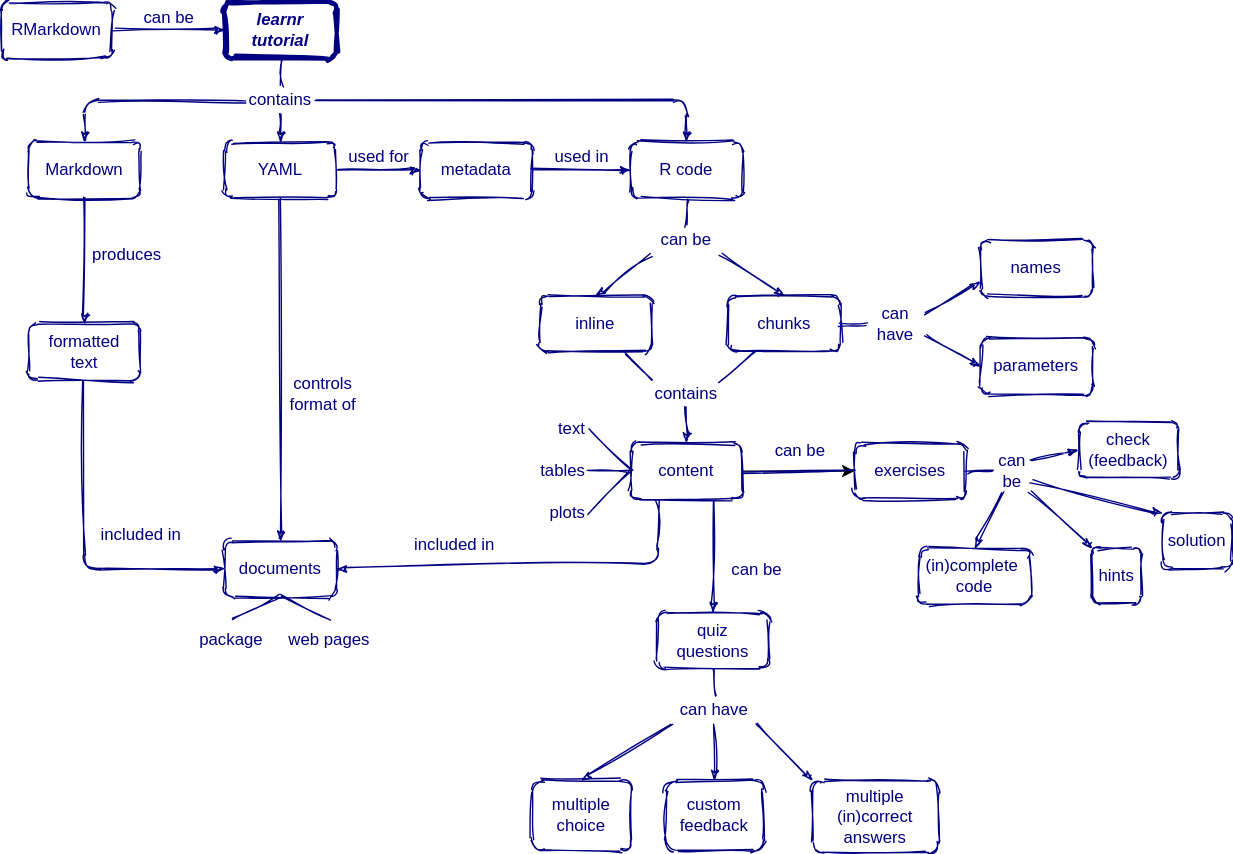
This is en/learnr-tutorial.svg from rstudio/concept-maps, a draw.io export, as it was before one commit. Source tidied: cells renumbered, new cells last; positions are measured from the earlier drawing's top-left corner, leaving out a move shared by most shapes.
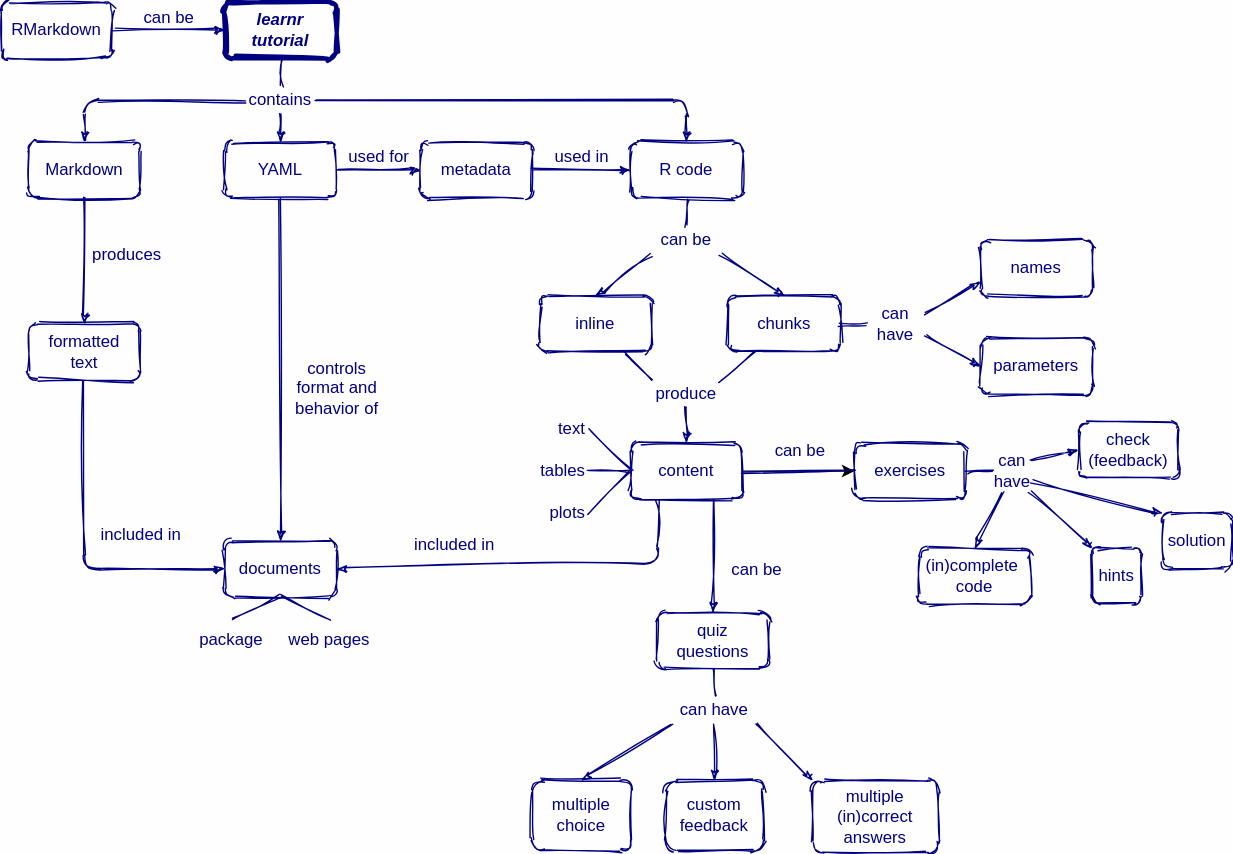
After the commit.

Commit message:
Learnr in Spanish

Diff of the diagram source:
```diff
@@ -65,8 +65,8 @@
     <mxCell id="16" value="plots" style="text;html=1;strokeColor=none;fillColor=none;align=right;verticalAlign=middle;whiteSpace=wrap;rounded=0;labelBackgroundColor=none;fontColor=#000080;" parent="1" vertex="1">
       <mxGeometry x="380" y="350" width="40" height="30" as="geometry" />
     </mxCell>
-    <mxCell id="17" value="controls&lt;br&gt;format of" style="edgeStyle=none;rounded=1;html=1;labelBackgroundColor=none;startArrow=none;startFill=0;startSize=5;endArrow=classicThin;endFill=1;endSize=5;jettySize=auto;strokeWidth=1;fontFamily=Helvetica;fontSize=12;verticalAlign=bottom;sketch=1;exitX=0.5;exitY=1;exitDx=0;exitDy=0;fontColor=#000080;strokeColor=#000080;entryX=0.5;entryY=0;entryDx=0;entryDy=0;" parent="1" edge="1" source="24" target="29">
-      <mxGeometry x="0.28" y="30" relative="1" as="geometry" />
+    <mxCell id="17" value="controls&lt;br&gt;format and&lt;br&gt;behavior of" style="edgeStyle=none;rounded=1;html=1;labelBackgroundColor=none;startArrow=none;startFill=0;startSize=5;endArrow=classicThin;endFill=1;endSize=5;jettySize=auto;strokeWidth=1;fontFamily=Helvetica;fontSize=12;verticalAlign=bottom;sketch=1;exitX=0.5;exitY=1;exitDx=0;exitDy=0;fontColor=#000080;strokeColor=#000080;entryX=0.5;entryY=0;entryDx=0;entryDy=0;" parent="1" edge="1" source="24" target="29">
+      <mxGeometry x="0.31" y="40" relative="1" as="geometry" />
     </mxCell>
     <mxCell id="18" style="edgeStyle=none;rounded=1;html=1;labelBackgroundColor=none;startArrow=none;startFill=0;startSize=5;endArrow=none;endFill=0;endSize=5;jettySize=auto;strokeWidth=1;fontFamily=Helvetica;fontSize=12;entryX=1;entryY=0.5;entryDx=0;entryDy=0;verticalAlign=bottom;sketch=1;exitX=0;exitY=0.5;exitDx=0;exitDy=0;fontColor=#000080;strokeColor=#000080;" parent="1" edge="1" source="33" target="14">
       <mxGeometry relative="1" as="geometry" />
@@ -221,13 +221,13 @@
     <mxCell id="66" style="edgeStyle=none;rounded=1;html=1;labelBackgroundColor=none;startArrow=none;startFill=0;startSize=5;endArrow=none;endFill=0;endSize=5;jettySize=auto;strokeWidth=1;fontFamily=Helvetica;fontSize=12;entryX=0.5;entryY=0;entryDx=0;entryDy=0;verticalAlign=bottom;sketch=1;exitX=0.5;exitY=1;exitDx=0;exitDy=0;fontColor=#000080;strokeColor=#000080;" parent="1" edge="1" source="49" target="65">
       <mxGeometry relative="1" as="geometry" />
     </mxCell>
-    <mxCell id="67" value="&lt;font color=&quot;#000080&quot; style=&quot;background-color: rgb(254 , 254 , 255)&quot;&gt;can&lt;br&gt;be&lt;br&gt;&lt;/font&gt;" style="text;html=1;strokeColor=none;fillColor=none;align=center;verticalAlign=middle;whiteSpace=wrap;rounded=0;" parent="1" vertex="1">
+    <mxCell id="67" value="&lt;font color=&quot;#000080&quot; style=&quot;background-color: rgb(254 , 254 , 255)&quot;&gt;can&lt;br&gt;have&lt;br&gt;&lt;/font&gt;" style="text;html=1;strokeColor=none;fillColor=none;align=center;verticalAlign=middle;whiteSpace=wrap;rounded=0;" parent="1" vertex="1">
       <mxGeometry x="710" y="320" width="26" height="30" as="geometry" />
     </mxCell>
     <mxCell id="68" style="edgeStyle=none;rounded=1;html=1;labelBackgroundColor=none;startArrow=none;startFill=0;startSize=5;endArrow=none;endFill=0;endSize=5;jettySize=auto;strokeWidth=1;fontFamily=Helvetica;fontSize=12;entryX=0;entryY=0.5;entryDx=0;entryDy=0;verticalAlign=bottom;sketch=1;exitX=1;exitY=0.5;exitDx=0;exitDy=0;fontColor=#000080;strokeColor=#000080;" parent="1" edge="1" source="34" target="67">
       <mxGeometry relative="1" as="geometry" />
     </mxCell>
-    <mxCell id="69" value="&lt;font color=&quot;#000080&quot; style=&quot;background-color: rgb(254 , 254 , 255)&quot;&gt;contains&lt;/font&gt;" style="text;html=1;strokeColor=none;fillColor=none;align=center;verticalAlign=middle;whiteSpace=wrap;rounded=0;" parent="1" vertex="1">
+    <mxCell id="69" value="&lt;font color=&quot;#000080&quot; style=&quot;background-color: rgb(254 , 254 , 255)&quot;&gt;produce&lt;/font&gt;" style="text;html=1;strokeColor=none;fillColor=none;align=center;verticalAlign=middle;whiteSpace=wrap;rounded=0;" parent="1" vertex="1">
       <mxGeometry x="465" y="270" width="50" height="20" as="geometry" />
     </mxCell>
     <mxCell id="70" style="edgeStyle=none;rounded=1;html=1;labelBackgroundColor=none;startArrow=none;startFill=0;startSize=5;endArrow=none;endFill=0;endSize=5;jettySize=auto;strokeWidth=1;fontFamily=Helvetica;fontSize=12;entryX=0;entryY=0;entryDx=0;entryDy=0;verticalAlign=bottom;sketch=1;exitX=0.75;exitY=1;exitDx=0;exitDy=0;fontColor=#000080;strokeColor=#000080;" parent="1" edge="1" source="27" target="69">
```
